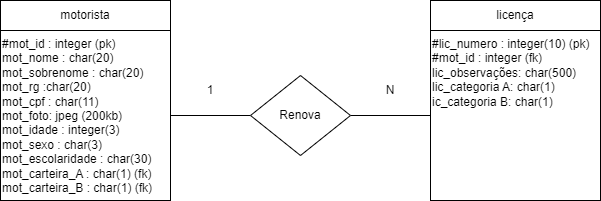
Earlier version of the draw.io export BancoDeDados/3 aula/motoristaLicenca.drawio.png (EwertonLira/introdu-o-Github). Source tidied: cells renumbered, new cells last; positions are measured from the earlier drawing's top-left corner, leaving out a move shared by most shapes. Its diagram source:
```xml
<mxGraphModel>
  <root>
    <mxCell id="0" />
    <mxCell id="1" parent="0" />
    <mxCell id="2" style="edgeStyle=orthogonalEdgeStyle;rounded=0;jettySize=auto;html=1;exitX=1;exitY=0.5;exitDx=0;exitDy=0;endArrow=none;endFill=0;" parent="1" edge="1" source="3" target="8">
      <mxGeometry relative="1" as="geometry" />
    </mxCell>
    <mxCell id="3" value="#mot_id : integer (pk)&lt;br&gt;mot_nome : char(20)&lt;br&gt;mot_sobrenome : char(20)&lt;br&gt;&lt;div style=&quot;&quot;&gt;mot_rg :char(20)&lt;/div&gt;&lt;div style=&quot;&quot;&gt;mot_cpf : char(11)&lt;/div&gt;&lt;div style=&quot;&quot;&gt;mot_foto: jpeg (200kb)&lt;/div&gt;&lt;div style=&quot;&quot;&gt;mot_idade : integer(3)&lt;/div&gt;&lt;div style=&quot;&quot;&gt;mot_sexo : char(3)&lt;/div&gt;&lt;div style=&quot;&quot;&gt;mot_escolaridade : char(30)&lt;/div&gt;&lt;div style=&quot;&quot;&gt;mot_carteira_A : char(1) (fk)&lt;/div&gt;&lt;div style=&quot;&quot;&gt;mot_carteira_B : char(1) (fk)&lt;/div&gt;" style="whiteSpace=wrap;html=1;align=left;verticalAlign=top;" parent="1" vertex="1">
      <mxGeometry y="30" width="170" height="170" as="geometry" />
    </mxCell>
    <mxCell id="4" value="motorista" style="rounded=0;whiteSpace=wrap;html=1;" parent="1" vertex="1">
      <mxGeometry width="170" height="30" as="geometry" />
    </mxCell>
    <mxCell id="5" value="#lic_numero : integer(10) (pk)&lt;br&gt;#mot_id : integer (fk)&lt;br&gt;lic_observações: char(500)&lt;br&gt;lic_categoria A: char(1)&lt;br&gt;ic_categoria B: char(1)&lt;br&gt;&lt;br&gt;" style="whiteSpace=wrap;html=1;align=left;verticalAlign=top;" parent="1" vertex="1">
      <mxGeometry x="430" y="30" width="170" height="170" as="geometry" />
    </mxCell>
    <mxCell id="6" value="licença" style="rounded=0;whiteSpace=wrap;html=1;" parent="1" vertex="1">
      <mxGeometry x="430" width="170" height="30" as="geometry" />
    </mxCell>
    <mxCell id="7" style="rounded=0;jettySize=auto;html=1;exitX=1;exitY=0.5;exitDx=0;exitDy=0;endArrow=none;endFill=0;" parent="1" edge="1" source="8" target="5">
      <mxGeometry relative="1" as="geometry" />
    </mxCell>
    <mxCell id="8" value="Renova" style="rhombus;whiteSpace=wrap;html=1;" parent="1" vertex="1">
      <mxGeometry x="250" y="75" width="100" height="80" as="geometry" />
    </mxCell>
    <mxCell id="9" value="N" style="text;html=1;strokeColor=none;fillColor=none;align=center;verticalAlign=middle;whiteSpace=wrap;rounded=0;" parent="1" vertex="1">
      <mxGeometry x="360" y="75" width="60" height="30" as="geometry" />
    </mxCell>
    <mxCell id="10" value="1" style="text;html=1;strokeColor=none;fillColor=none;align=center;verticalAlign=middle;whiteSpace=wrap;rounded=0;" parent="1" vertex="1">
      <mxGeometry x="180" y="75" width="60" height="30" as="geometry" />
    </mxCell>
  </root>
</mxGraphModel>
```
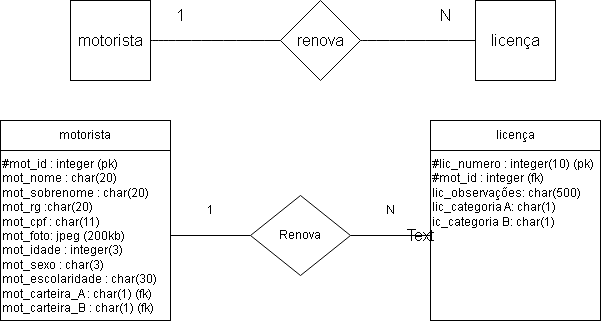
The same diagram one commit later.

Change to the diagram source:
```diff
@@ -29,5 +29,29 @@
     <mxCell id="10" value="1" style="text;html=1;strokeColor=none;fillColor=none;align=center;verticalAlign=middle;whiteSpace=wrap;rounded=0;" parent="1" vertex="1">
       <mxGeometry x="180" y="75" width="60" height="30" as="geometry" />
     </mxCell>
+    <mxCell id="11" style="edgeStyle=none;curved=1;rounded=0;jettySize=auto;html=1;exitX=1;exitY=0.5;exitDx=0;exitDy=0;fontSize=12;startSize=8;endSize=8;endArrow=none;endFill=0;" parent="1" edge="1" source="12" target="15">
+      <mxGeometry relative="1" as="geometry" />
+    </mxCell>
+    <mxCell id="12" value="motorista" style="whiteSpace=wrap;html=1;fontSize=16;" parent="1" vertex="1">
+      <mxGeometry x="70" y="-120" width="80" height="80" as="geometry" />
+    </mxCell>
+    <mxCell id="13" value="licença" style="whiteSpace=wrap;html=1;fontSize=16;" parent="1" vertex="1">
+      <mxGeometry x="475" y="-120" width="80" height="80" as="geometry" />
+    </mxCell>
+    <mxCell id="14" style="edgeStyle=none;curved=1;rounded=0;jettySize=auto;html=1;exitX=1;exitY=0.5;exitDx=0;exitDy=0;entryX=0;entryY=0.5;entryDx=0;entryDy=0;fontSize=12;startSize=8;endSize=8;endArrow=none;endFill=0;" parent="1" edge="1" source="15" target="13">
+      <mxGeometry relative="1" as="geometry" />
+    </mxCell>
+    <mxCell id="15" value="renova" style="rhombus;whiteSpace=wrap;html=1;fontSize=16;" parent="1" vertex="1">
+      <mxGeometry x="280" y="-120" width="80" height="80" as="geometry" />
+    </mxCell>
+    <mxCell id="16" value="Text" style="text;html=1;strokeColor=none;fillColor=none;align=center;verticalAlign=middle;whiteSpace=wrap;rounded=0;fontSize=16;" parent="1" vertex="1">
+      <mxGeometry x="390" y="100" width="60" height="30" as="geometry" />
+    </mxCell>
+    <mxCell id="17" value="1" style="text;html=1;strokeColor=none;fillColor=none;align=center;verticalAlign=middle;whiteSpace=wrap;rounded=0;fontSize=16;" parent="1" vertex="1">
+      <mxGeometry x="150" y="-120" width="60" height="30" as="geometry" />
+    </mxCell>
+    <mxCell id="18" value="N" style="text;html=1;strokeColor=none;fillColor=none;align=center;verticalAlign=middle;whiteSpace=wrap;rounded=0;fontSize=16;" parent="1" vertex="1">
+      <mxGeometry x="415" y="-120" width="60" height="30" as="geometry" />
+    </mxCell>
   </root>
 </mxGraphModel>
```
